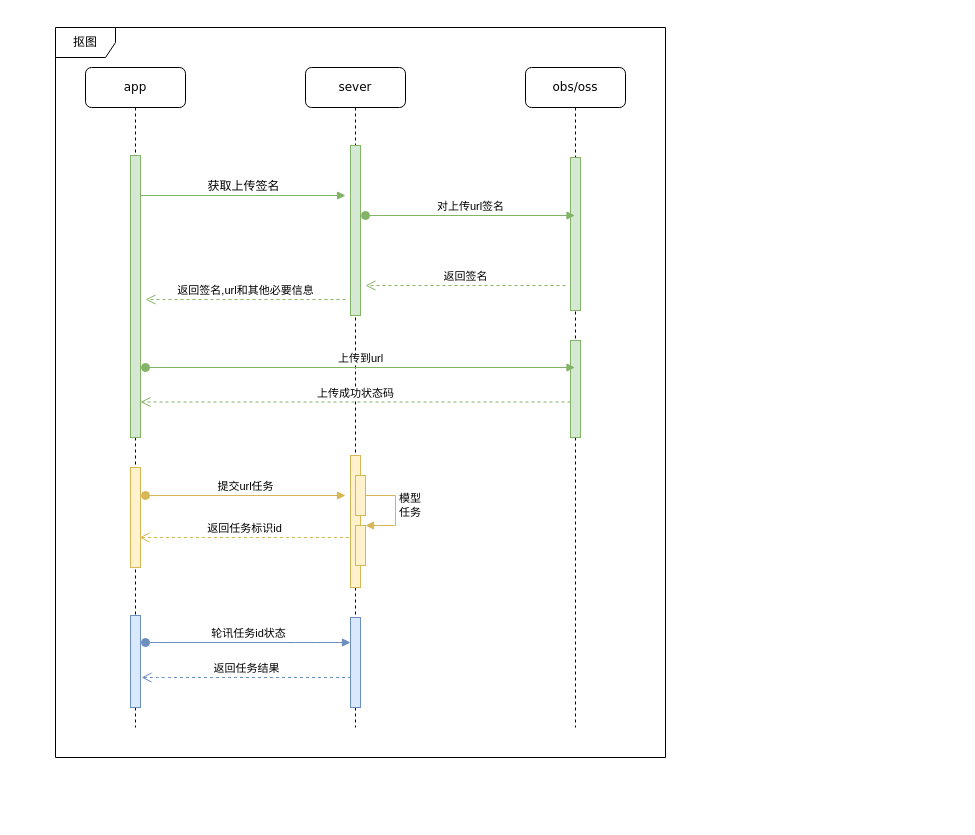
The draw.io diagram Untitled Diagram.drawio in linxinqiang90/drawio, before the edit. Source tidied: cells renumbered, new cells numbered last; positions are measured from the earlier drawing's top-left corner, leaving out a move shared by most shapes. Both pictures are drawn from the tidied source at 100%, with x=0, y=0 at pixel (55, 27).
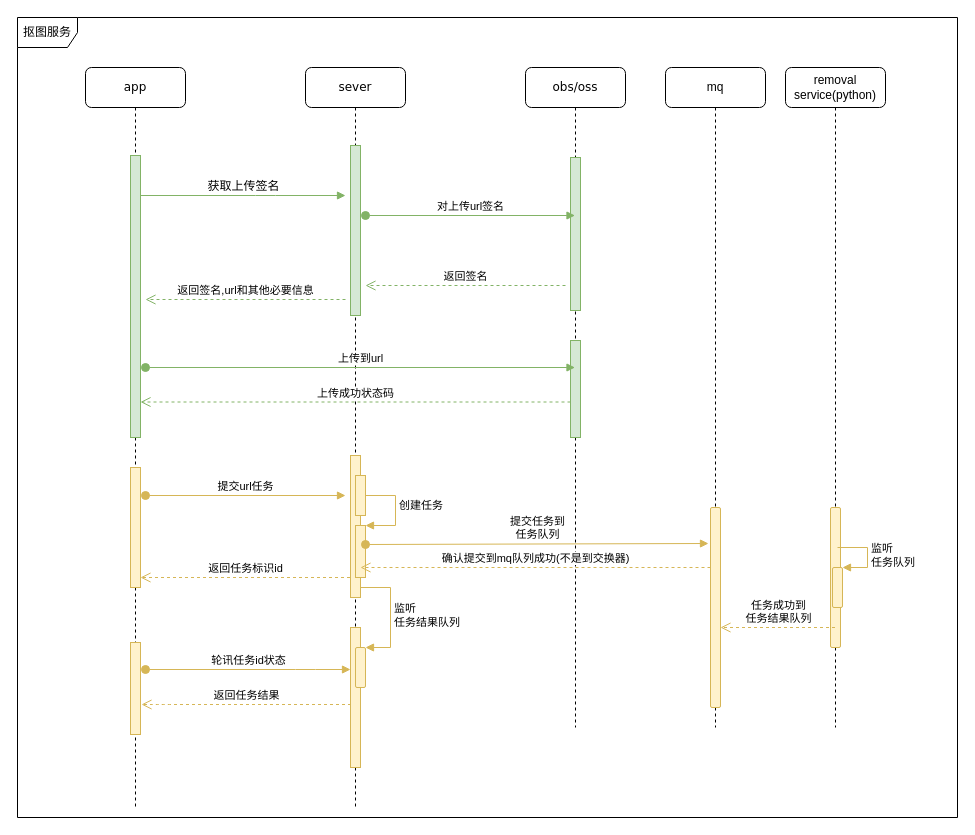
The same page after the edit.

What changed in the source:
```diff
@@
-    <mxCell id="2" value="抠图" style="shape=umlFrame;whiteSpace=wrap;html=1;" parent="1" vertex="1">
-      <mxGeometry width="610" height="730" as="geometry" />
-    </mxCell>
     <mxCell id="3" value="sever&lt;br&gt;" style="shape=umlLifeline;perimeter=lifelinePerimeter;whiteSpace=wrap;html=1;rounded=1;shadow=0;comic=0;labelBackgroundColor=none;strokeWidth=1;fontFamily=Verdana;fontSize=12;align=center;" parent="1" vertex="1">
-      <mxGeometry x="250" y="40" width="100" height="660" as="geometry" />
+      <mxGeometry x="250" y="40" width="100" height="740" as="geometry" />
     </mxCell>
@@
     <mxCell id="5" style="html=1;perimeter=orthogonalPerimeter;fillColor=#fff2cc;strokeColor=#d6b656;" parent="3" vertex="1">
-      <mxGeometry x="45" y="388" width="10" height="132" as="geometry" />
+      <mxGeometry x="45" y="388" width="10" height="142" as="geometry" />
     </mxCell>
-    <mxCell id="6" style="html=1;perimeter=orthogonalPerimeter;fillColor=#dae8fc;strokeColor=#6c8ebf;" parent="3" vertex="1">
-      <mxGeometry x="45" y="550" width="10" height="90" as="geometry" />
+    <mxCell id="6" style="html=1;perimeter=orthogonalPerimeter;fillColor=#fff2cc;strokeColor=#d6b656;" parent="3" vertex="1">
+      <mxGeometry x="45" y="560" width="10" height="140" as="geometry" />
     </mxCell>
     <mxCell id="7" style="html=1;points=[];perimeter=orthogonalPerimeter;fillColor=#fff2cc;strokeColor=#d6b656;" parent="3" vertex="1">
-      <mxGeometry x="50" y="458" width="10" height="40" as="geometry" />
+      <mxGeometry x="50" y="458" width="10" height="52" as="geometry" />
     </mxCell>
-    <mxCell id="8" value="模型&lt;br&gt;任务" style="edgeStyle=orthogonalEdgeStyle;html=1;align=left;spacingLeft=2;endArrow=block;rounded=0;entryX=1;entryY=0;fillColor=#fff2cc;strokeColor=#d6b656;" parent="3" edge="1" target="7">
+    <mxCell id="8" value="创建任务" style="edgeStyle=orthogonalEdgeStyle;html=1;align=left;spacingLeft=2;endArrow=block;rounded=0;entryX=1;entryY=0;fillColor=#fff2cc;strokeColor=#d6b656;" parent="3" edge="1" target="7">
       <mxGeometry relative="1" as="geometry">
         <mxPoint x="60" y="438" as="sourcePoint" />
         <Array as="points">
           <mxPoint x="60" y="428" />
           <mxPoint x="90" y="428" />
           <mxPoint x="90" y="458" />
         </Array>
       </mxGeometry>
     </mxCell>
@@
+    <mxCell id="27" style="html=1;points=[];perimeter=orthogonalPerimeter;rounded=1;fillColor=#fff2cc;strokeColor=#d6b656;" parent="3" vertex="1">
+      <mxGeometry x="50" y="580" width="10" height="40" as="geometry" />
+    </mxCell>
+    <mxCell id="28" value="监听&lt;br&gt;任务结果队列" style="edgeStyle=orthogonalEdgeStyle;html=1;align=left;spacingLeft=2;endArrow=block;rounded=0;entryX=1;entryY=0;fillColor=#fff2cc;strokeColor=#d6b656;" parent="3" edge="1" target="27">
+      <mxGeometry relative="1" as="geometry">
+        <mxPoint x="55" y="520" as="sourcePoint" />
+        <Array as="points">
+          <mxPoint x="85" y="520" />
+        </Array>
+      </mxGeometry>
+    </mxCell>
@@
     <mxCell id="13" value="app" style="shape=umlLifeline;perimeter=lifelinePerimeter;whiteSpace=wrap;html=1;rounded=1;shadow=0;comic=0;labelBackgroundColor=none;strokeWidth=1;fontFamily=Verdana;fontSize=12;align=center;" parent="1" vertex="1">
-      <mxGeometry x="30" y="40" width="100" height="660" as="geometry" />
+      <mxGeometry x="30" y="40" width="100" height="740" as="geometry" />
     </mxCell>
@@
-    <mxCell id="15" style="html=1;perimeter=orthogonalPerimeter;fillColor=#dae8fc;strokeColor=#6c8ebf;" parent="13" vertex="1">
-      <mxGeometry x="45" y="548" width="10" height="92" as="geometry" />
+    <mxCell id="15" style="html=1;perimeter=orthogonalPerimeter;fillColor=#fff2cc;strokeColor=#d6b656;" parent="13" vertex="1">
+      <mxGeometry x="45" y="575" width="10" height="92" as="geometry" />
     </mxCell>
@@
     <mxCell id="23" value="返回任务标识id" style="html=1;verticalAlign=bottom;endArrow=open;dashed=1;endSize=8;fillColor=#fff2cc;strokeColor=#d6b656;" parent="1" edge="1">
       <mxGeometry relative="1" as="geometry">
-        <mxPoint x="293.5" y="510" as="sourcePoint" />
-        <mxPoint x="84" y="510" as="targetPoint" />
+        <mxPoint x="294.5" y="550" as="sourcePoint" />
+        <mxPoint x="85" y="550" as="targetPoint" />
       </mxGeometry>
     </mxCell>
-    <mxCell id="24" value="轮讯任务id状态" style="html=1;verticalAlign=bottom;startArrow=oval;startFill=1;endArrow=block;startSize=8;fillColor=#dae8fc;strokeColor=#6c8ebf;" parent="1" edge="1">
+    <mxCell id="24" value="轮讯任务id状态" style="html=1;verticalAlign=bottom;startArrow=oval;startFill=1;endArrow=block;startSize=8;fillColor=#fff2cc;strokeColor=#d6b656;" parent="1" edge="1">
       <mxGeometry relative="1" as="geometry">
-        <mxPoint x="90" y="615" as="sourcePoint" />
-        <mxPoint x="295" y="615" as="targetPoint" />
+        <mxPoint x="90" y="642" as="sourcePoint" />
+        <mxPoint x="295" y="642" as="targetPoint" />
         <Array as="points">
-          <mxPoint x="250" y="615" />
+          <mxPoint x="250" y="642" />
         </Array>
       </mxGeometry>
     </mxCell>
-    <mxCell id="25" value="返回任务结果" style="html=1;verticalAlign=bottom;endArrow=open;dashed=1;endSize=8;fillColor=#dae8fc;strokeColor=#6c8ebf;" parent="1" edge="1">
+    <mxCell id="25" value="返回任务结果" style="html=1;verticalAlign=bottom;endArrow=open;dashed=1;endSize=8;fillColor=#fff2cc;strokeColor=#d6b656;" parent="1" edge="1">
       <mxGeometry relative="1" as="geometry">
-        <mxPoint x="295.5" y="650" as="sourcePoint" />
-        <mxPoint x="86" y="650" as="targetPoint" />
+        <mxPoint x="295.5" y="677" as="sourcePoint" />
+        <mxPoint x="86" y="677" as="targetPoint" />
         <Array as="points">
-          <mxPoint x="106" y="650" />
+          <mxPoint x="106" y="677" />
         </Array>
       </mxGeometry>
     </mxCell>
     <mxCell id="26" style="html=1;perimeter=orthogonalPerimeter;fillColor=#fff2cc;strokeColor=#d6b656;" parent="1" vertex="1">
-      <mxGeometry x="75" y="440" width="10" height="100" as="geometry" />
+      <mxGeometry x="75" y="440" width="10" height="120" as="geometry" />
     </mxCell>
+    <mxCell id="29" value="removal service(python)" style="shape=umlLifeline;perimeter=lifelinePerimeter;whiteSpace=wrap;html=1;outlineConnect=0;rounded=1;" parent="1" vertex="1">
+      <mxGeometry x="730" y="40" width="100" height="660" as="geometry" />
+    </mxCell>
+    <mxCell id="30" style="html=1;perimeter=orthogonalPerimeter;rounded=1;fillColor=#fff2cc;strokeColor=#d6b656;" parent="1" vertex="1">
+      <mxGeometry x="775" y="480" width="10" height="140" as="geometry" />
+    </mxCell>
+    <mxCell id="31" value="提交任务到&lt;br&gt;任务队列" style="html=1;verticalAlign=bottom;startArrow=oval;startFill=1;endArrow=block;startSize=8;entryX=-0.2;entryY=0.475;entryDx=0;entryDy=0;entryPerimeter=0;fillColor=#fff2cc;strokeColor=#d6b656;" parent="1" edge="1">
+      <mxGeometry relative="1" as="geometry">
+        <mxPoint x="310" y="517" as="sourcePoint" />
+        <mxPoint x="653" y="516" as="targetPoint" />
+      </mxGeometry>
+    </mxCell>
+    <mxCell id="32" value="mq&lt;br&gt;" style="shape=umlLifeline;perimeter=lifelinePerimeter;whiteSpace=wrap;html=1;rounded=1;" parent="1" vertex="1">
+      <mxGeometry x="610" y="40" width="100" height="660" as="geometry" />
+    </mxCell>
+    <mxCell id="33" style="html=1;perimeter=orthogonalPerimeter;rounded=1;fillColor=#fff2cc;strokeColor=#d6b656;" parent="1" vertex="1">
+      <mxGeometry x="655" y="480" width="10" height="200" as="geometry" />
+    </mxCell>
+    <mxCell id="34" value="确认提交到mq队列成功(不是到交换器)" style="html=1;verticalAlign=bottom;endArrow=open;dashed=1;endSize=8;fillColor=#fff2cc;strokeColor=#d6b656;" parent="1" edge="1">
+      <mxGeometry relative="1" as="geometry">
+        <mxPoint x="655" y="540" as="sourcePoint" />
+        <mxPoint x="305" y="540" as="targetPoint" />
+      </mxGeometry>
+    </mxCell>
+    <mxCell id="35" value="任务成功到&lt;br&gt;任务结果队列" style="html=1;verticalAlign=bottom;endArrow=open;dashed=1;endSize=8;fillColor=#fff2cc;strokeColor=#d6b656;" parent="1" edge="1" source="29">
+      <mxGeometry relative="1" as="geometry">
+        <mxPoint x="665" y="600" as="targetPoint" />
+      </mxGeometry>
+    </mxCell>
+    <mxCell id="36" style="html=1;points=[];perimeter=orthogonalPerimeter;rounded=1;fillColor=#fff2cc;strokeColor=#d6b656;" parent="1" vertex="1">
+      <mxGeometry x="777" y="540" width="10" height="40" as="geometry" />
+    </mxCell>
+    <mxCell id="37" value="监听&lt;br&gt;任务队列" style="edgeStyle=orthogonalEdgeStyle;html=1;align=left;spacingLeft=2;endArrow=block;rounded=0;entryX=1;entryY=0;fillColor=#fff2cc;strokeColor=#d6b656;" parent="1" edge="1" target="36">
+      <mxGeometry relative="1" as="geometry">
+        <mxPoint x="782" y="520" as="sourcePoint" />
+        <Array as="points">
+          <mxPoint x="812" y="520" />
+        </Array>
+      </mxGeometry>
+    </mxCell>
+    <mxCell id="38" value="抠图服务" style="shape=umlFrame;whiteSpace=wrap;html=1;rounded=1;" parent="1" vertex="1">
+      <mxGeometry x="-38" y="-10" width="940" height="800" as="geometry" />
+    </mxCell>
```
